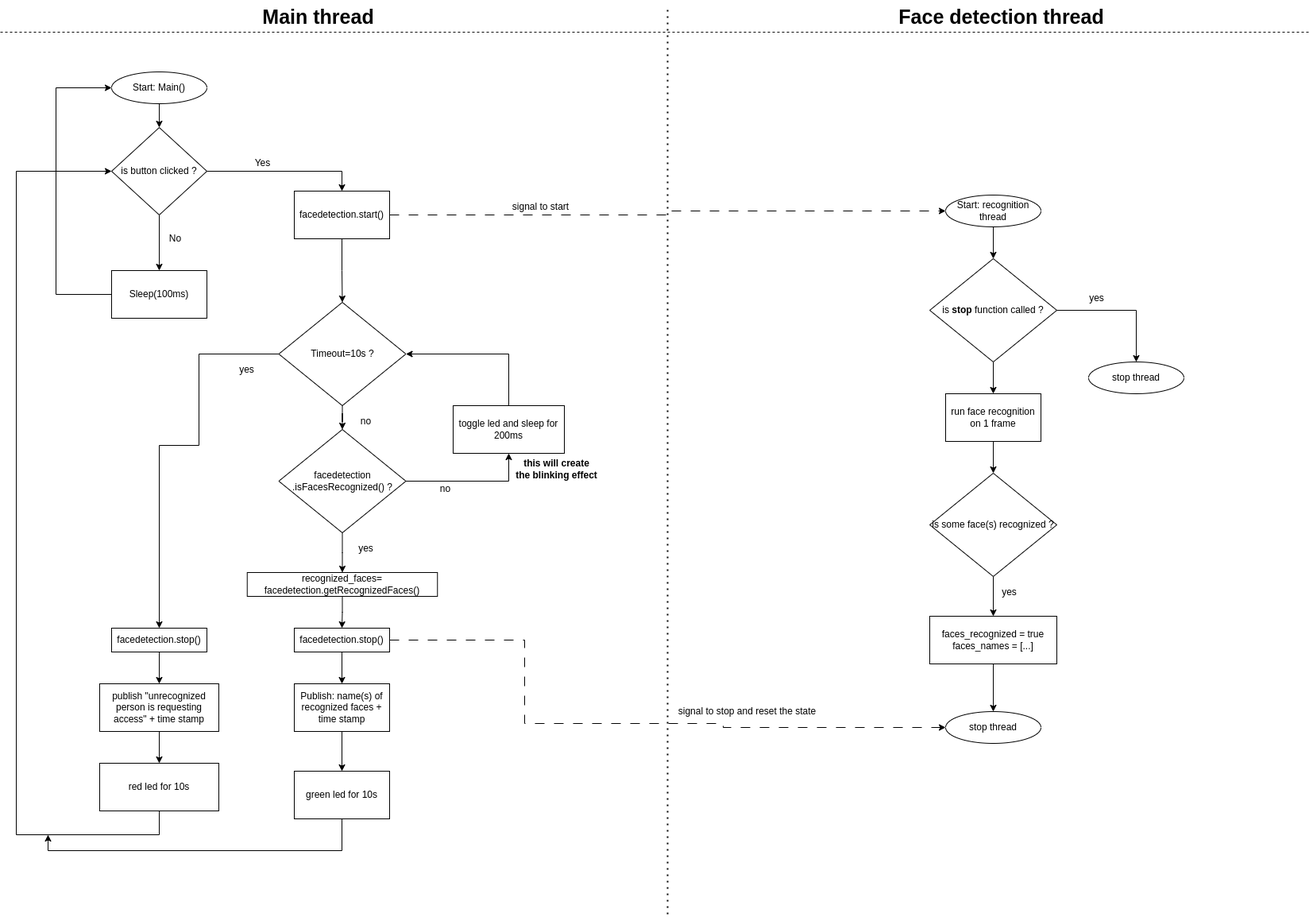
Above: face_detection_rpi/doc/rpi_algo.drawio.png in kamran-tuni/COMP_CE_450_Smart_Home_Project_G13 (draw.io), before the change. Source tidied: cells renumbered, new cells last; positions are measured from the earlier drawing's top-left corner, leaving out a move shared by most shapes.
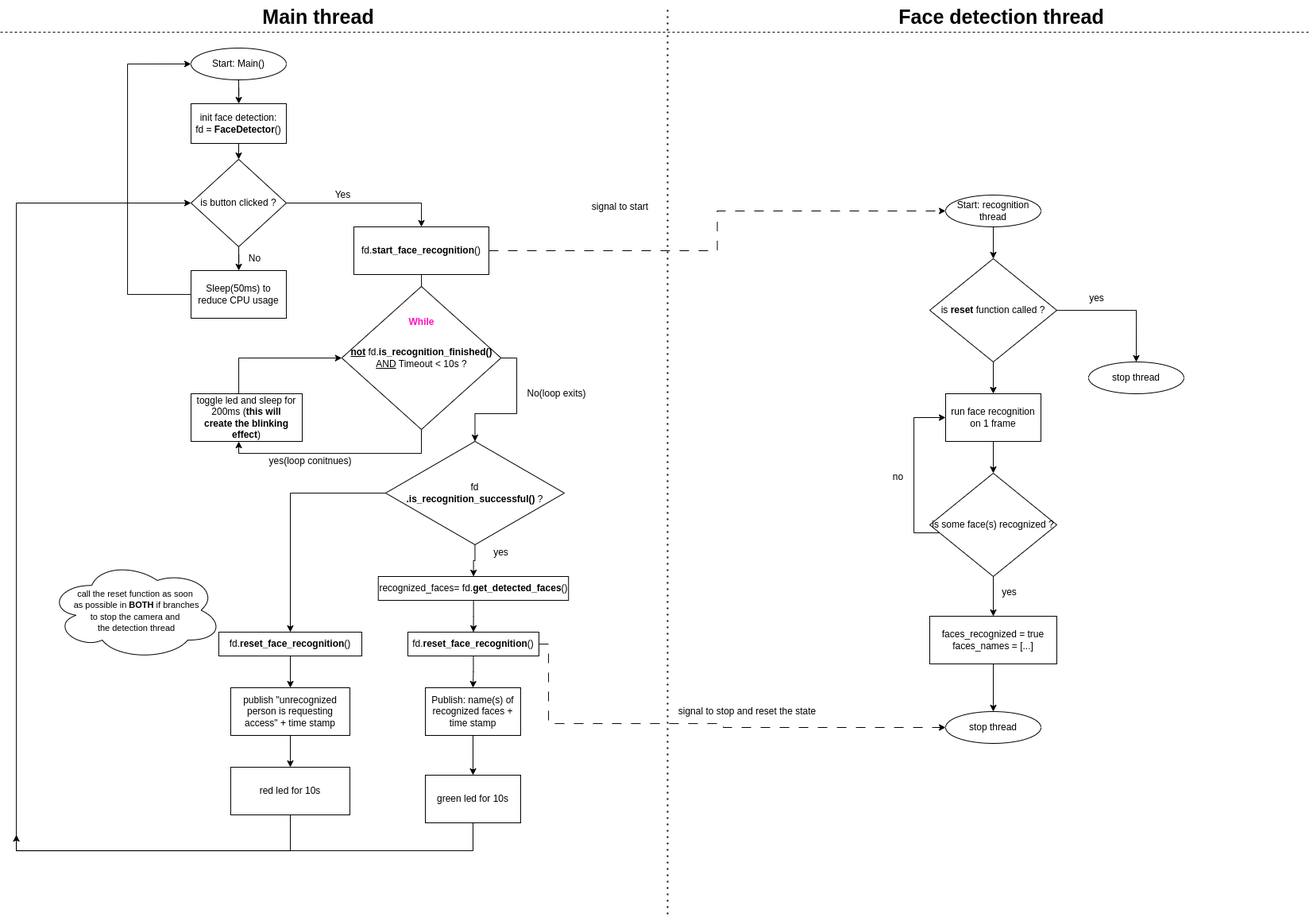
After the commit.

Commit message:
face detection 2.0 multithreaded

What changed in the source:
```diff
@@ -2,11 +2,11 @@
   <root>
     <mxCell id="0" />
     <mxCell id="1" parent="0" />
-    <mxCell id="2" style="edgeStyle=orthogonalEdgeStyle;rounded=0;jettySize=auto;html=1;" parent="1" edge="1" source="3" target="6">
-      <mxGeometry relative="1" as="geometry" />
-    </mxCell>
+    <mxCell id="63" style="edgeStyle=orthogonalEdgeStyle;rounded=0;jettySize=auto;html=1;" parent="1" edge="1" source="3" target="68">
+      <mxGeometry relative="1" as="geometry" />
+    </mxCell>
     <mxCell id="3" value="Start: Main()" style="ellipse;whiteSpace=wrap;html=1;" parent="1" vertex="1">
-      <mxGeometry x="140" y="90" width="120" height="40" as="geometry" />
+      <mxGeometry x="240" y="60" width="120" height="40" as="geometry" />
     </mxCell>
     <mxCell id="4" style="edgeStyle=orthogonalEdgeStyle;rounded=0;jettySize=auto;html=1;" parent="1" edge="1" source="6" target="11">
       <mxGeometry relative="1" as="geometry" />
@@ -15,78 +15,75 @@
       <mxGeometry relative="1" as="geometry" />
     </mxCell>
     <mxCell id="6" value="is button clicked ?" style="rhombus;whiteSpace=wrap;html=1;" parent="1" vertex="1">
-      <mxGeometry x="140" y="160" width="120" height="110" as="geometry" />
+      <mxGeometry x="240" y="200" width="120" height="110" as="geometry" />
     </mxCell>
     <mxCell id="7" style="edgeStyle=orthogonalEdgeStyle;rounded=0;jettySize=auto;html=1;" parent="1" edge="1" source="9">
       <mxGeometry relative="1" as="geometry">
-        <mxPoint x="430.5" y="380" as="targetPoint" />
+        <mxPoint x="530.5" y="430" as="targetPoint" />
       </mxGeometry>
     </mxCell>
     <mxCell id="8" style="edgeStyle=orthogonalEdgeStyle;rounded=0;jettySize=auto;html=1;entryX=0;entryY=0.5;entryDx=0;entryDy=0;dashed=1;dashPattern=12 12;" parent="1" edge="1" source="9" target="40">
       <mxGeometry relative="1" as="geometry" />
     </mxCell>
-    <mxCell id="9" value="facedetection.start()" style="whiteSpace=wrap;html=1;" parent="1" vertex="1">
-      <mxGeometry x="370" y="240" width="120" height="60" as="geometry" />
+    <mxCell id="9" value="fd.&lt;b&gt;start_face_recognition&lt;/b&gt;()" style="whiteSpace=wrap;html=1;" parent="1" vertex="1">
+      <mxGeometry x="445" y="285" width="170" height="60" as="geometry" />
     </mxCell>
     <mxCell id="10" style="edgeStyle=orthogonalEdgeStyle;rounded=0;jettySize=auto;html=1;entryX=0;entryY=0.5;entryDx=0;entryDy=0;" parent="1" edge="1" source="11" target="3">
       <mxGeometry relative="1" as="geometry">
         <Array as="points">
-          <mxPoint x="70" y="370" />
-          <mxPoint x="70" y="110" />
+          <mxPoint x="160" y="370" />
+          <mxPoint x="160" y="80" />
         </Array>
       </mxGeometry>
     </mxCell>
-    <mxCell id="11" value="Sleep(100ms)" style="whiteSpace=wrap;html=1;" parent="1" vertex="1">
-      <mxGeometry x="140" y="340" width="120" height="60" as="geometry" />
+    <mxCell id="11" value="Sleep(50ms) to reduce CPU usage" style="whiteSpace=wrap;html=1;" parent="1" vertex="1">
+      <mxGeometry x="240" y="340" width="120" height="60" as="geometry" />
     </mxCell>
     <mxCell id="12" value="No" style="text;html=1;align=center;verticalAlign=middle;strokeColor=none;fillColor=none;" parent="1" vertex="1">
-      <mxGeometry x="200" y="285" width="40" height="30" as="geometry" />
+      <mxGeometry x="300" y="310" width="40" height="30" as="geometry" />
     </mxCell>
     <mxCell id="13" value="Yes" style="text;html=1;align=center;verticalAlign=middle;strokeColor=none;fillColor=none;" parent="1" vertex="1">
-      <mxGeometry x="310" y="190" width="40" height="30" as="geometry" />
+      <mxGeometry x="410.8" y="230" width="40" height="30" as="geometry" />
     </mxCell>
     <mxCell id="14" style="edgeStyle=orthogonalEdgeStyle;rounded=0;jettySize=auto;html=1;" parent="1" edge="1" source="16" target="35">
       <mxGeometry relative="1" as="geometry" />
     </mxCell>
-    <mxCell id="15" style="edgeStyle=orthogonalEdgeStyle;rounded=0;jettySize=auto;html=1;" parent="1" edge="1" source="16" target="57">
-      <mxGeometry relative="1" as="geometry">
-        <Array as="points">
-          <mxPoint x="640" y="605" />
-        </Array>
-      </mxGeometry>
-    </mxCell>
+    <mxCell id="64" style="edgeStyle=orthogonalEdgeStyle;rounded=0;jettySize=auto;html=1;entryX=0.5;entryY=0;entryDx=0;entryDy=0;" parent="1" edge="1" source="16" target="29">
+      <mxGeometry relative="1" as="geometry" />
+    </mxCell>
-    <mxCell id="16" value="facedetection&lt;br&gt;.isFacesRecognized() ?" style="rhombus;whiteSpace=wrap;html=1;" parent="1" vertex="1">
-      <mxGeometry x="350.5" y="540" width="160" height="130" as="geometry" />
+    <mxCell id="16" value="fd&lt;br&gt;&lt;b&gt;.is_recognition_successful()&lt;/b&gt;&lt;span style=&quot;background-color: initial;&quot;&gt;&amp;nbsp;?&lt;/span&gt;" style="rhombus;whiteSpace=wrap;html=1;" parent="1" vertex="1">
+      <mxGeometry x="485" y="555" width="225" height="130" as="geometry" />
     </mxCell>
     <mxCell id="17" style="edgeStyle=orthogonalEdgeStyle;rounded=0;jettySize=auto;html=1;" parent="1" edge="1" source="18" target="20">
       <mxGeometry relative="1" as="geometry" />
     </mxCell>
     <mxCell id="18" value="publish &quot;unrecognized person is requesting access&quot; + time stamp" style="whiteSpace=wrap;html=1;" parent="1" vertex="1">
-      <mxGeometry x="125" y="860" width="150" height="60" as="geometry" />
+      <mxGeometry x="290" y="865" width="150" height="60" as="geometry" />
     </mxCell>
     <mxCell id="19" style="edgeStyle=orthogonalEdgeStyle;rounded=0;jettySize=auto;html=1;entryX=0;entryY=0.5;entryDx=0;entryDy=0;" parent="1" edge="1" source="20" target="6">
       <mxGeometry relative="1" as="geometry">
         <Array as="points">
-          <mxPoint x="200" y="1050" />
-          <mxPoint x="20" y="1050" />
-          <mxPoint x="20" y="215" />
+          <mxPoint x="365" y="1070" />
+          <mxPoint x="20" y="1070" />
+          <mxPoint x="20" y="255" />
         </Array>
       </mxGeometry>
     </mxCell>
     <mxCell id="20" value="red led for 10s" style="whiteSpace=wrap;html=1;" parent="1" vertex="1">
-      <mxGeometry x="125" y="960" width="150" height="60" as="geometry" />
+      <mxGeometry x="290" y="965" width="150" height="60" as="geometry" />
     </mxCell>
     <mxCell id="21" style="edgeStyle=orthogonalEdgeStyle;rounded=0;jettySize=auto;html=1;" parent="1" edge="1" source="22">
       <mxGeometry relative="1" as="geometry">
-        <mxPoint x="60" y="1050" as="targetPoint" />
+        <mxPoint x="20" y="1050" as="targetPoint" />
         <Array as="points">
-          <mxPoint x="430" y="1070" />
-          <mxPoint x="60" y="1070" />
+          <mxPoint x="595" y="1070" />
+          <mxPoint x="20" y="1070" />
+          <mxPoint x="20" y="1050" />
         </Array>
       </mxGeometry>
     </mxCell>
     <mxCell id="22" value="green led for 10s" style="whiteSpace=wrap;html=1;" parent="1" vertex="1">
-      <mxGeometry x="370" y="970" width="120" height="60" as="geometry" />
+      <mxGeometry x="535" y="975" width="120" height="60" as="geometry" />
     </mxCell>
     <mxCell id="23" style="edgeStyle=orthogonalEdgeStyle;rounded=0;jettySize=auto;html=1;" parent="1" edge="1" source="25" target="27">
       <mxGeometry relative="1" as="geometry" />
@@ -94,27 +91,27 @@
     <mxCell id="24" style="edgeStyle=orthogonalEdgeStyle;rounded=0;jettySize=auto;html=1;dashed=1;dashPattern=12 12;entryX=0;entryY=0.5;entryDx=0;entryDy=0;" parent="1" edge="1" source="25" target="61">
       <mxGeometry relative="1" as="geometry">
         <Array as="points">
-          <mxPoint x="660" y="805" />
-          <mxPoint x="660" y="910" />
+          <mxPoint x="690" y="810" />
+          <mxPoint x="690" y="910" />
           <mxPoint x="910" y="910" />
           <mxPoint x="910" y="915" />
         </Array>
       </mxGeometry>
     </mxCell>
-    <mxCell id="25" value="facedetection.stop()" style="whiteSpace=wrap;html=1;" parent="1" vertex="1">
-      <mxGeometry x="370" y="790" width="120" height="30" as="geometry" />
+    <mxCell id="25" value="fd.&lt;b&gt;reset_face_recognition&lt;/b&gt;&lt;span style=&quot;background-color: initial;&quot;&gt;()&lt;/span&gt;" style="whiteSpace=wrap;html=1;" parent="1" vertex="1">
+      <mxGeometry x="513" y="795" width="165" height="30" as="geometry" />
     </mxCell>
     <mxCell id="26" style="edgeStyle=orthogonalEdgeStyle;rounded=0;jettySize=auto;html=1;" parent="1" edge="1" source="27" target="22">
       <mxGeometry relative="1" as="geometry" />
     </mxCell>
     <mxCell id="27" value="Publish: name(s) of recognized faces + time stamp" style="whiteSpace=wrap;html=1;" parent="1" vertex="1">
-      <mxGeometry x="370" y="860" width="120" height="60" as="geometry" />
+      <mxGeometry x="535" y="865" width="120" height="60" as="geometry" />
     </mxCell>
     <mxCell id="28" style="edgeStyle=orthogonalEdgeStyle;rounded=0;jettySize=auto;html=1;" parent="1" edge="1" source="29" target="18">
       <mxGeometry relative="1" as="geometry" />
     </mxCell>
-    <mxCell id="29" value="facedetection.stop()" style="whiteSpace=wrap;html=1;" parent="1" vertex="1">
-      <mxGeometry x="140" y="790" width="120" height="30" as="geometry" />
+    <mxCell id="29" value="fd.&lt;b&gt;reset_face_recognition&lt;/b&gt;&lt;span style=&quot;background-color: initial;&quot;&gt;()&lt;/span&gt;" style="whiteSpace=wrap;html=1;" parent="1" vertex="1">
+      <mxGeometry x="275" y="795" width="180" height="30" as="geometry" />
     </mxCell>
     <mxCell id="30" style="endArrow=none;dashed=1;html=1;dashPattern=1 3;strokeWidth=2;rounded=0;" parent="1" edge="1">
       <mxGeometry relative="1" as="geometry">
@@ -137,8 +134,8 @@
     <mxCell id="34" style="edgeStyle=orthogonalEdgeStyle;rounded=0;jettySize=auto;html=1;entryX=0.5;entryY=0;entryDx=0;entryDy=0;" parent="1" edge="1" source="35" target="25">
       <mxGeometry relative="1" as="geometry" />
     </mxCell>
-    <mxCell id="35" value="recognized_faces= facedetection.getRecognizedFaces()" style="whiteSpace=wrap;html=1;" parent="1" vertex="1">
-      <mxGeometry x="310.8" y="720" width="239.5" height="30" as="geometry" />
+    <mxCell id="35" value="recognized_faces= fd.&lt;b&gt;get_detected_faces&lt;/b&gt;&lt;span style=&quot;background-color: initial;&quot;&gt;()&lt;/span&gt;" style="whiteSpace=wrap;html=1;" parent="1" vertex="1">
+      <mxGeometry x="475.8" y="725" width="239.5" height="30" as="geometry" />
     </mxCell>
     <mxCell id="36" style="edgeStyle=orthogonalEdgeStyle;rounded=0;jettySize=auto;html=1;entryX=0.5;entryY=0;entryDx=0;entryDy=0;" parent="1" edge="1" source="38" target="41">
       <mxGeometry relative="1" as="geometry">
@@ -150,7 +147,7 @@
     <mxCell id="37" style="edgeStyle=orthogonalEdgeStyle;rounded=0;jettySize=auto;html=1;" parent="1" edge="1" source="38" target="44">
       <mxGeometry relative="1" as="geometry" />
     </mxCell>
-    <mxCell id="38" value="is &lt;b&gt;stop&lt;/b&gt; function called ?" style="rhombus;whiteSpace=wrap;html=1;" parent="1" vertex="1">
+    <mxCell id="38" value="is &lt;b&gt;reset&lt;/b&gt; function called ?" style="rhombus;whiteSpace=wrap;html=1;" parent="1" vertex="1">
       <mxGeometry x="1170" y="325" width="160" height="130" as="geometry" />
     </mxCell>
     <mxCell id="39" style="edgeStyle=orthogonalEdgeStyle;rounded=0;jettySize=auto;html=1;" parent="1" edge="1" source="40" target="38">
@@ -174,6 +171,14 @@
     <mxCell id="45" style="edgeStyle=orthogonalEdgeStyle;rounded=0;jettySize=auto;html=1;" parent="1" edge="1" source="46" target="48">
       <mxGeometry relative="1" as="geometry" />
     </mxCell>
+    <mxCell id="65" style="edgeStyle=orthogonalEdgeStyle;rounded=0;jettySize=auto;html=1;entryX=0;entryY=0.5;entryDx=0;entryDy=0;" parent="1" edge="1" source="46" target="44">
+      <mxGeometry relative="1" as="geometry">
+        <Array as="points">
+          <mxPoint x="1150" y="670" />
+          <mxPoint x="1150" y="525" />
+        </Array>
+      </mxGeometry>
+    </mxCell>
     <mxCell id="46" value="is some face(s) recognized ?" style="rhombus;whiteSpace=wrap;html=1;" parent="1" vertex="1">
       <mxGeometry x="1170" y="595" width="160" height="130" as="geometry" />
     </mxCell>
@@ -186,48 +191,41 @@
     <mxCell id="49" value="yes" style="text;html=1;align=center;verticalAlign=middle;strokeColor=none;fillColor=none;" parent="1" vertex="1">
       <mxGeometry x="1250" y="730" width="40" height="30" as="geometry" />
     </mxCell>
-    <mxCell id="50" style="edgeStyle=orthogonalEdgeStyle;rounded=0;jettySize=auto;html=1;entryX=0.5;entryY=0;entryDx=0;entryDy=0;" parent="1" edge="1" source="52" target="29">
-      <mxGeometry relative="1" as="geometry">
-        <Array as="points">
-          <mxPoint x="250" y="445" />
-          <mxPoint x="250" y="560" />
-          <mxPoint x="200" y="560" />
-        </Array>
-      </mxGeometry>
-    </mxCell>
+    <mxCell id="66" style="edgeStyle=orthogonalEdgeStyle;rounded=0;jettySize=auto;html=1;exitX=0.5;exitY=1;exitDx=0;exitDy=0;" parent="1" edge="1" source="52" target="57">
+      <mxGeometry relative="1" as="geometry">
+        <Array as="points">
+          <mxPoint x="530" y="570" />
+          <mxPoint x="300" y="570" />
+        </Array>
+      </mxGeometry>
+    </mxCell>
-    <mxCell id="51" style="edgeStyle=orthogonalEdgeStyle;rounded=0;jettySize=auto;html=1;" parent="1" edge="1" source="52" target="16">
-      <mxGeometry relative="1" as="geometry" />
+    <mxCell id="51" style="edgeStyle=orthogonalEdgeStyle;rounded=0;jettySize=auto;html=1;exitX=1;exitY=0.5;exitDx=0;exitDy=0;entryX=0.5;entryY=0;entryDx=0;entryDy=0;" parent="1" edge="1" source="52" target="16">
+      <mxGeometry relative="1" as="geometry">
+        <Array as="points">
+          <mxPoint x="650" y="450" />
+          <mxPoint x="650" y="520" />
+          <mxPoint x="598" y="520" />
+        </Array>
+      </mxGeometry>
     </mxCell>
-    <mxCell id="52" value="Timeout=10s ?" style="rhombus;whiteSpace=wrap;html=1;" parent="1" vertex="1">
-      <mxGeometry x="350.5" y="380" width="160" height="130" as="geometry" />
+    <mxCell id="52" value="&lt;b&gt;&lt;u&gt;not&lt;/u&gt;&lt;/b&gt; fd.&lt;b&gt;is_recognition_finished()&lt;/b&gt; &lt;u&gt;AND&lt;/u&gt; Timeout &amp;lt; 10s ?" style="rhombus;whiteSpace=wrap;html=1;" parent="1" vertex="1">
+      <mxGeometry x="429.8" y="360" width="200.5" height="180" as="geometry" />
     </mxCell>
-    <mxCell id="53" value="yes" style="text;html=1;align=center;verticalAlign=middle;strokeColor=none;fillColor=none;" parent="1" vertex="1">
-      <mxGeometry x="290" y="450" width="40" height="30" as="geometry" />
-    </mxCell>
-    <mxCell id="54" value="no" style="text;html=1;align=center;verticalAlign=middle;strokeColor=none;fillColor=none;" parent="1" vertex="1">
-      <mxGeometry x="440" y="515" width="40" height="30" as="geometry" />
-    </mxCell>
     <mxCell id="55" value="yes" style="text;html=1;align=center;verticalAlign=middle;strokeColor=none;fillColor=none;" parent="1" vertex="1">
-      <mxGeometry x="440" y="675" width="40" height="30" as="geometry" />
+      <mxGeometry x="610" y="680" width="40" height="30" as="geometry" />
     </mxCell>
-    <mxCell id="56" style="edgeStyle=orthogonalEdgeStyle;rounded=0;jettySize=auto;html=1;entryX=1;entryY=0.5;entryDx=0;entryDy=0;" parent="1" edge="1" source="57" target="52">
+    <mxCell id="56" style="edgeStyle=orthogonalEdgeStyle;rounded=0;jettySize=auto;html=1;" parent="1" edge="1" source="57" target="52">
       <mxGeometry relative="1" as="geometry">
         <Array as="points">
-          <mxPoint x="640" y="445" />
+          <mxPoint x="300" y="450" />
         </Array>
       </mxGeometry>
     </mxCell>
-    <mxCell id="57" value="toggle led and sleep for 200ms" style="whiteSpace=wrap;html=1;" parent="1" vertex="1">
-      <mxGeometry x="570" y="510" width="140" height="60" as="geometry" />
+    <mxCell id="57" value="toggle led and sleep for 200ms (&lt;b&gt;this will create&amp;nbsp;&lt;/b&gt;&lt;span style=&quot;font-weight: 700;&quot;&gt;the blinking effect&lt;/span&gt;)" style="whiteSpace=wrap;html=1;" parent="1" vertex="1">
+      <mxGeometry x="240" y="495" width="140" height="60" as="geometry" />
     </mxCell>
-    <mxCell id="58" value="no" style="text;html=1;align=center;verticalAlign=middle;strokeColor=none;fillColor=none;" parent="1" vertex="1">
-      <mxGeometry x="540" y="600" width="40" height="30" as="geometry" />
-    </mxCell>
-    <mxCell id="59" value="this will create &lt;br&gt;the blinking effect" style="text;html=1;align=center;verticalAlign=middle;strokeColor=none;fillColor=none;fontStyle=1;" parent="1" vertex="1">
-      <mxGeometry x="635" y="570" width="130" height="40" as="geometry" />
-    </mxCell>
     <mxCell id="60" value="signal to start" style="text;html=1;align=center;verticalAlign=middle;strokeColor=none;fillColor=none;" parent="1" vertex="1">
-      <mxGeometry x="635" y="245" width="90" height="30" as="geometry" />
+      <mxGeometry x="735" y="245" width="90" height="30" as="geometry" />
     </mxCell>
     <mxCell id="61" value="stop thread" style="ellipse;whiteSpace=wrap;html=1;" parent="1" vertex="1">
       <mxGeometry x="1190" y="895" width="120" height="40" as="geometry" />
@@ -235,5 +233,26 @@
     <mxCell id="62" value="signal to stop and reset the state" style="text;html=1;align=center;verticalAlign=middle;strokeColor=none;fillColor=none;" parent="1" vertex="1">
       <mxGeometry x="840" y="880" width="200" height="30" as="geometry" />
     </mxCell>
+    <mxCell id="67" style="edgeStyle=orthogonalEdgeStyle;rounded=0;jettySize=auto;html=1;exitX=0.5;exitY=1;exitDx=0;exitDy=0;entryX=0.5;entryY=0;entryDx=0;entryDy=0;" parent="1" edge="1" source="68" target="6">
+      <mxGeometry relative="1" as="geometry" />
+    </mxCell>
+    <mxCell id="68" value="init face detection:&lt;br&gt;fd = &lt;b&gt;FaceDetector&lt;/b&gt;()" style="whiteSpace=wrap;html=1;" parent="1" vertex="1">
+      <mxGeometry x="240" y="130" width="120" height="50" as="geometry" />
+    </mxCell>
+    <mxCell id="69" value="No(loop exits)" style="text;html=1;align=center;verticalAlign=middle;strokeColor=none;fillColor=none;" parent="1" vertex="1">
+      <mxGeometry x="650" y="480" width="100" height="30" as="geometry" />
+    </mxCell>
+    <mxCell id="70" value="yes(loop conitnues)" style="text;html=1;align=center;verticalAlign=middle;strokeColor=none;fillColor=none;" parent="1" vertex="1">
+      <mxGeometry x="325" y="565" width="130" height="30" as="geometry" />
+    </mxCell>
+    <mxCell id="71" value="&lt;b&gt;While&lt;/b&gt;" style="text;html=1;align=center;verticalAlign=middle;fontColor=#FF0FBF;" parent="1" vertex="1">
+      <mxGeometry x="500" y="390" width="60" height="30" as="geometry" />
+    </mxCell>
+    <mxCell id="72" value="no" style="text;html=1;align=center;verticalAlign=middle;strokeColor=none;fillColor=none;" parent="1" vertex="1">
+      <mxGeometry x="1110" y="585" width="40" height="30" as="geometry" />
+    </mxCell>
+    <mxCell id="73" value="&lt;font style=&quot;font-size: 11px;&quot;&gt;call the reset function as soon&lt;br&gt;&amp;nbsp;as possible in &lt;b&gt;BOTH&lt;/b&gt; if branches &lt;br&gt;to stop the camera and&lt;br&gt;&amp;nbsp;the detection thread&lt;/font&gt;" style="ellipse;shape=cloud;whiteSpace=wrap;html=1;" parent="1" vertex="1">
+      <mxGeometry x="60" y="705" width="220" height="125" as="geometry" />
+    </mxCell>
   </root>
 </mxGraphModel>
```
